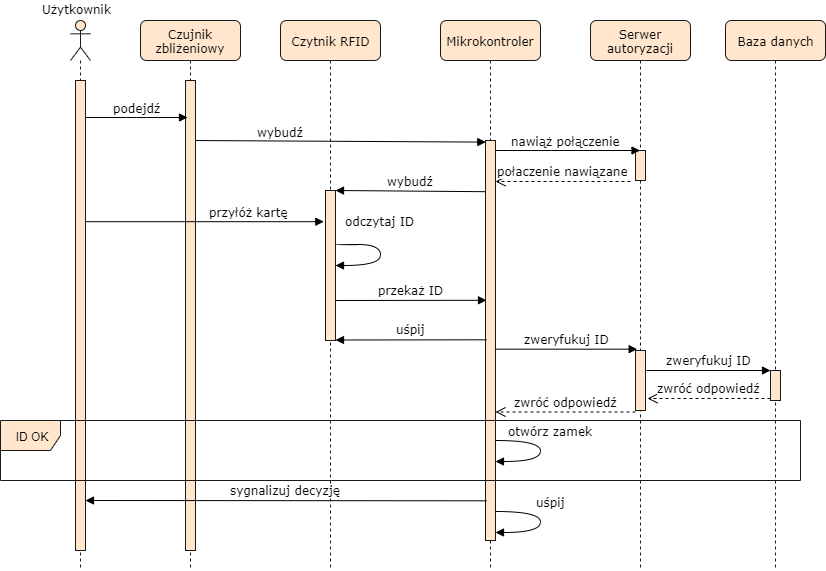
adapiekarska/centralized-lock-system keeps this draw.io diagram as docs/chapters/images/sequence1.png. Above is the earlier version. Source tidied: cells renumbered, new cells last; positions are measured from the earlier drawing's top-left corner, leaving out a move shared by most shapes.
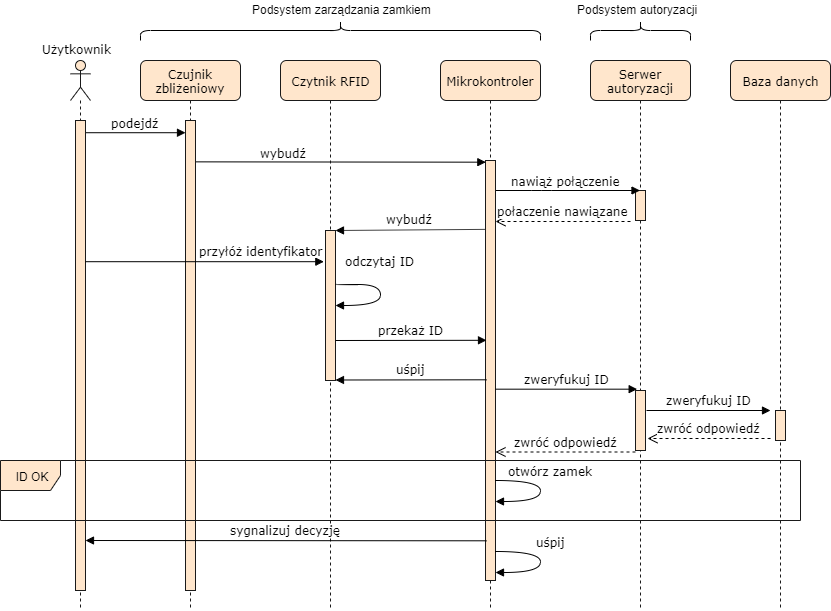
After the change.

Diff of the diagram source:
```diff
@@ -18,10 +18,8 @@
         <mxPoint x="491.5" y="150" as="sourcePoint" />
       </mxGeometry>
     </mxCell>
-    <mxCell id="6" value="wybudź" style="html=1;verticalAlign=bottom;endArrow=block;labelBackgroundColor=none;fontFamily=Verdana;fontSize=12;elbow=vertical;entryX=0.033;entryY=0.004;entryDx=0;entryDy=0;entryPerimeter=0;" parent="1" edge="1" target="9">
-      <mxGeometry x="-0.39" y="-1" relative="1" as="geometry">
-        <mxPoint x="190" y="140" as="sourcePoint" />
-      </mxGeometry>
+    <mxCell id="6" value="wybudź" style="html=1;verticalAlign=bottom;endArrow=block;labelBackgroundColor=none;fontFamily=Verdana;fontSize=12;elbow=vertical;entryX=0.033;entryY=0.004;entryDx=0;entryDy=0;entryPerimeter=0;exitX=1.04;exitY=0.088;exitDx=0;exitDy=0;exitPerimeter=0;" parent="1" edge="1" source="14" target="9">
+      <mxGeometry x="-0.39" y="-1" relative="1" as="geometry" />
     </mxCell>
     <mxCell id="7" value="Czytnik RFID" style="shape=umlLifeline;perimeter=lifelinePerimeter;whiteSpace=wrap;html=1;rounded=1;shadow=0;comic=0;labelBackgroundColor=none;strokeColor=#1A1A1A;strokeWidth=1;fillColor=#ffe6cc;fontFamily=Verdana;fontSize=12;align=center;" parent="1" vertex="1">
       <mxGeometry x="280" y="20" width="100" height="550" as="geometry" />
@@ -30,7 +28,7 @@
       <mxGeometry x="440" y="20" width="100" height="550" as="geometry" />
     </mxCell>
     <mxCell id="9" style="html=1;points=[];perimeter=orthogonalPerimeter;rounded=0;shadow=0;comic=0;labelBackgroundColor=none;strokeColor=#1A1A1A;strokeWidth=1;fillColor=#ffe6cc;fontFamily=Verdana;fontSize=12;align=center;" parent="8" vertex="1">
-      <mxGeometry x="45" y="120" width="10" height="400" as="geometry" />
+      <mxGeometry x="45" y="100" width="10" height="420" as="geometry" />
     </mxCell>
     <mxCell id="10" value="otwórz zamek" style="html=1;verticalAlign=bottom;endArrow=block;labelBackgroundColor=none;fontFamily=Verdana;fontSize=12;elbow=vertical;edgeStyle=orthogonalEdgeStyle;curved=1;" parent="8" edge="1" source="9">
       <mxGeometry x="-0.19" y="10" relative="1" as="geometry">
@@ -42,7 +40,7 @@
       </mxGeometry>
     </mxCell>
     <mxCell id="11" value="Baza danych" style="shape=umlLifeline;perimeter=lifelinePerimeter;whiteSpace=wrap;html=1;rounded=1;shadow=0;comic=0;labelBackgroundColor=none;strokeColor=#1A1A1A;strokeWidth=1;fillColor=#ffe6cc;fontFamily=Verdana;fontSize=12;align=center;" parent="1" vertex="1">
-      <mxGeometry x="725" y="20" width="100" height="550" as="geometry" />
+      <mxGeometry x="730" y="20" width="100" height="550" as="geometry" />
     </mxCell>
     <mxCell id="12" style="html=1;perimeter=orthogonalPerimeter;rounded=0;shadow=0;comic=0;labelBackgroundColor=none;strokeColor=#1A1A1A;strokeWidth=1;fillColor=#ffe6cc;fontFamily=Verdana;fontSize=12;align=center;" parent="11" vertex="1">
       <mxGeometry x="45" y="350" width="10" height="30" as="geometry" />
@@ -53,7 +51,7 @@
     <mxCell id="14" style="html=1;points=[];perimeter=orthogonalPerimeter;rounded=0;shadow=0;comic=0;labelBackgroundColor=none;strokeColor=#1A1A1A;strokeWidth=1;fillColor=#ffe6cc;fontFamily=Verdana;fontSize=12;align=center;" parent="13" vertex="1">
       <mxGeometry x="45" y="60" width="10" height="470" as="geometry" />
     </mxCell>
-    <mxCell id="15" value="podejdź" style="html=1;verticalAlign=bottom;endArrow=block;labelBackgroundColor=none;fontFamily=Verdana;fontSize=12;edgeStyle=elbowEdgeStyle;elbow=vertical;entryX=0.2;entryY=0.078;entryDx=0;entryDy=0;entryPerimeter=0;" parent="1" edge="1" source="17" target="14">
+    <mxCell id="15" value="podejdź" style="html=1;verticalAlign=bottom;endArrow=block;labelBackgroundColor=none;fontFamily=Verdana;fontSize=12;elbow=vertical;exitX=0.94;exitY=0.026;exitDx=0;exitDy=0;exitPerimeter=0;" parent="1" edge="1" source="17" target="14">
       <mxGeometry relative="1" as="geometry" />
     </mxCell>
     <mxCell id="16" style="shape=umlLifeline;participant=umlActor;perimeter=lifelinePerimeter;whiteSpace=wrap;html=1;verticalAlign=top;spacingTop=36;labelBackgroundColor=#ffffff;fillColor=#ffe6cc;strokeColor=#1A1A1A;" parent="1" vertex="1">
@@ -65,11 +63,11 @@
     <mxCell id="18" style="html=1;points=[];perimeter=orthogonalPerimeter;fillColor=#ffe6cc;strokeColor=#1A1A1A;" parent="1" vertex="1">
       <mxGeometry x="325" y="190" width="10" height="150" as="geometry" />
     </mxCell>
-    <mxCell id="19" value="&lt;font face=&quot;Verdana&quot; style=&quot;font-size: 12px&quot;&gt;wybudź&lt;/font&gt;" style="html=1;verticalAlign=bottom;endArrow=block;entryX=1;entryY=0;exitX=0.033;exitY=0.128;exitDx=0;exitDy=0;exitPerimeter=0;" parent="1" edge="1" source="9" target="18">
+    <mxCell id="19" value="&lt;font face=&quot;Verdana&quot; style=&quot;font-size: 12px&quot;&gt;wybudź&lt;/font&gt;" style="html=1;verticalAlign=bottom;endArrow=block;entryX=1;entryY=0;exitX=-0.053;exitY=0.164;exitDx=0;exitDy=0;exitPerimeter=0;" parent="1" edge="1" source="9" target="18">
       <mxGeometry relative="1" as="geometry" />
     </mxCell>
-    <mxCell id="20" value="przyłóż kartę" style="html=1;verticalAlign=bottom;endArrow=block;labelBackgroundColor=none;fontFamily=Verdana;fontSize=12;elbow=vertical;entryX=-0.167;entryY=0.208;entryDx=0;entryDy=0;entryPerimeter=0;" parent="1" edge="1" source="17" target="18">
-      <mxGeometry x="0.37" relative="1" as="geometry" />
+    <mxCell id="20" value="przyłóż identyfikator" style="html=1;verticalAlign=bottom;endArrow=block;labelBackgroundColor=none;fontFamily=Verdana;fontSize=12;elbow=vertical;entryX=-0.167;entryY=0.208;entryDx=0;entryDy=0;entryPerimeter=0;" parent="1" edge="1" source="17" target="18">
+      <mxGeometry x="0.47" y="1" relative="1" as="geometry" />
     </mxCell>
     <mxCell id="21" value="&lt;font face=&quot;Verdana&quot; style=&quot;font-size: 12px&quot;&gt;uśpij&lt;/font&gt;" style="html=1;verticalAlign=bottom;endArrow=block;entryX=1;entryY=0;exitX=0.1;exitY=0.249;exitDx=0;exitDy=0;exitPerimeter=0;" parent="1" edge="1">
       <mxGeometry relative="1" as="geometry">
@@ -139,5 +137,17 @@
     <mxCell id="32" value="&lt;font face=&quot;Verdana&quot;&gt;Użytkownik&lt;/font&gt;" style="text;html=1;align=left;verticalAlign=top;spacingTop=-4;" parent="1" vertex="1">
       <mxGeometry x="39.5" width="80" height="20" as="geometry" />
     </mxCell>
+    <mxCell id="33" style="shape=curlyBracket;whiteSpace=wrap;html=1;rounded=1;direction=south;" parent="1" vertex="1">
+      <mxGeometry x="140" y="-20" width="400" height="20" as="geometry" />
+    </mxCell>
+    <mxCell id="34" value="Podsystem zarządzania zamkiem" style="text;html=1;align=left;verticalAlign=top;spacingTop=-4;" parent="1" vertex="1">
+      <mxGeometry x="250" y="-40" width="190" height="20" as="geometry" />
+    </mxCell>
+    <mxCell id="35" style="shape=curlyBracket;whiteSpace=wrap;html=1;rounded=1;direction=south;" parent="1" vertex="1">
+      <mxGeometry x="590" y="-20" width="100" height="20" as="geometry" />
+    </mxCell>
+    <mxCell id="36" value="Podsystem autoryzacji" style="text;html=1;align=left;verticalAlign=top;spacingTop=-4;" parent="1" vertex="1">
+      <mxGeometry x="575" y="-40" width="140" height="20" as="geometry" />
+    </mxCell>
   </root>
 </mxGraphModel>
```
